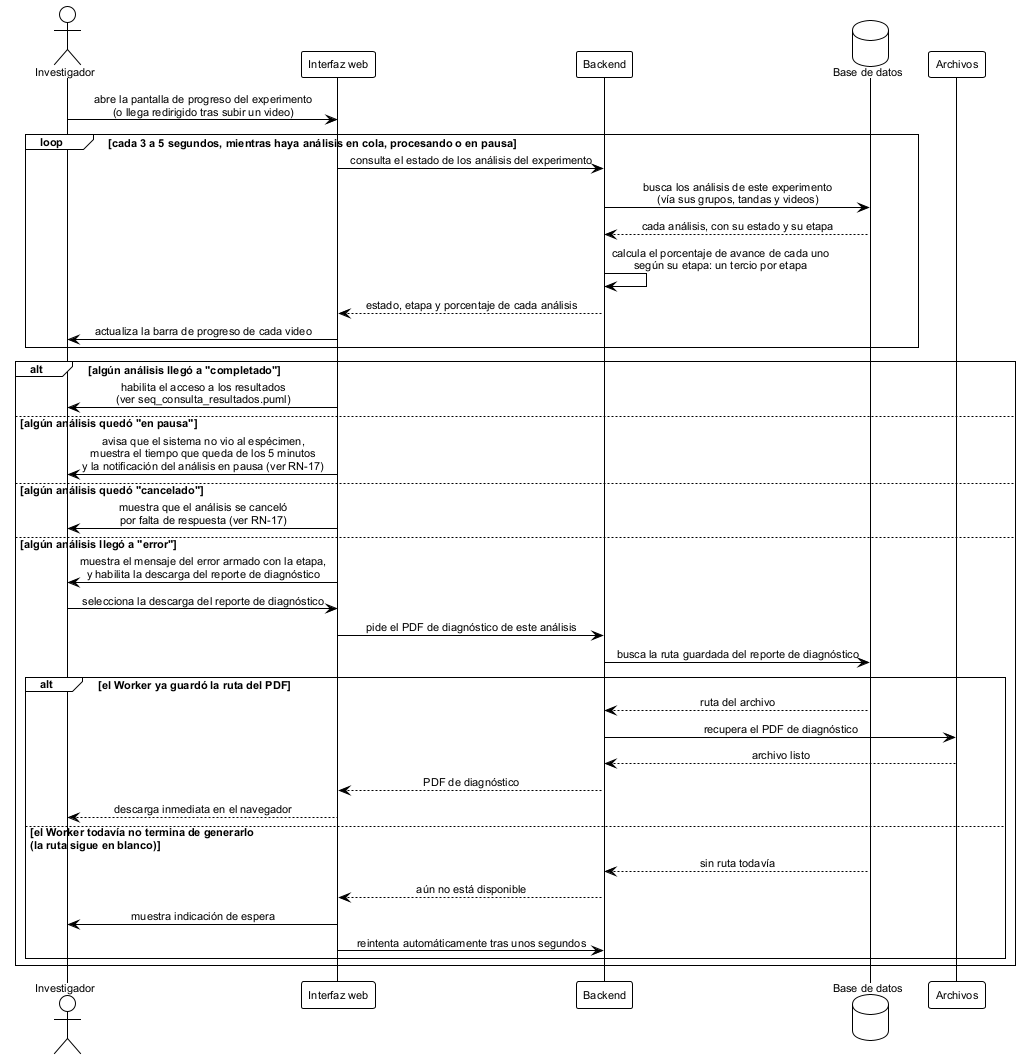
Before: figures/mermaid/seq_consulta_progreso.png, a diagram exported from PlantUML (ErickJester/fst-ai-system-latex).
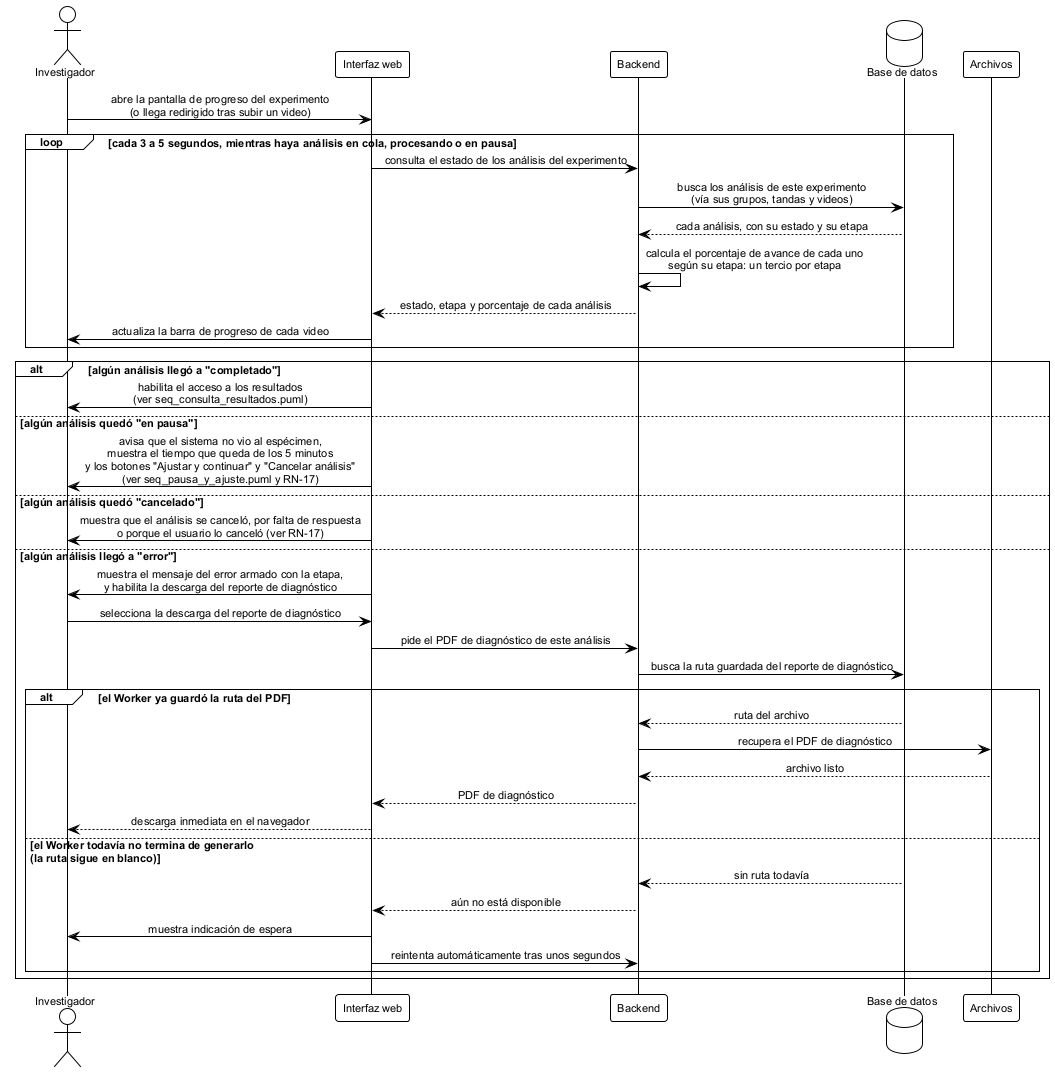
Later version of the same file.

The edit, as a diff of the source:
```diff
@@ -27,9 +27,9 @@
 alt algún análisis llegó a "completado"
   ui -> inv: habilita el acceso a los resultados\n(ver seq_consulta_resultados.puml)
 else algún análisis quedó "en pausa"
-  ui -> inv: avisa que el sistema no vio al espécimen,\nmuestra el tiempo que queda de los 5 minutos\ny la notificación del análisis en pausa (ver RN-17)
+  ui -> inv: avisa que el sistema no vio al espécimen,\nmuestra el tiempo que queda de los 5 minutos\ny los botones "Ajustar y continuar" y "Cancelar análisis"\n(ver seq_pausa_y_ajuste.puml y RN-17)
 else algún análisis quedó "cancelado"
-  ui -> inv: muestra que el análisis se canceló\npor falta de respuesta (ver RN-17)
+  ui -> inv: muestra que el análisis se canceló, por falta de respuesta\no porque el usuario lo canceló (ver RN-17)
 else algún análisis llegó a "error"
   ui -> inv: muestra el mensaje del error armado con la etapa,\ny habilita la descarga del reporte de diagnóstico
 
```
